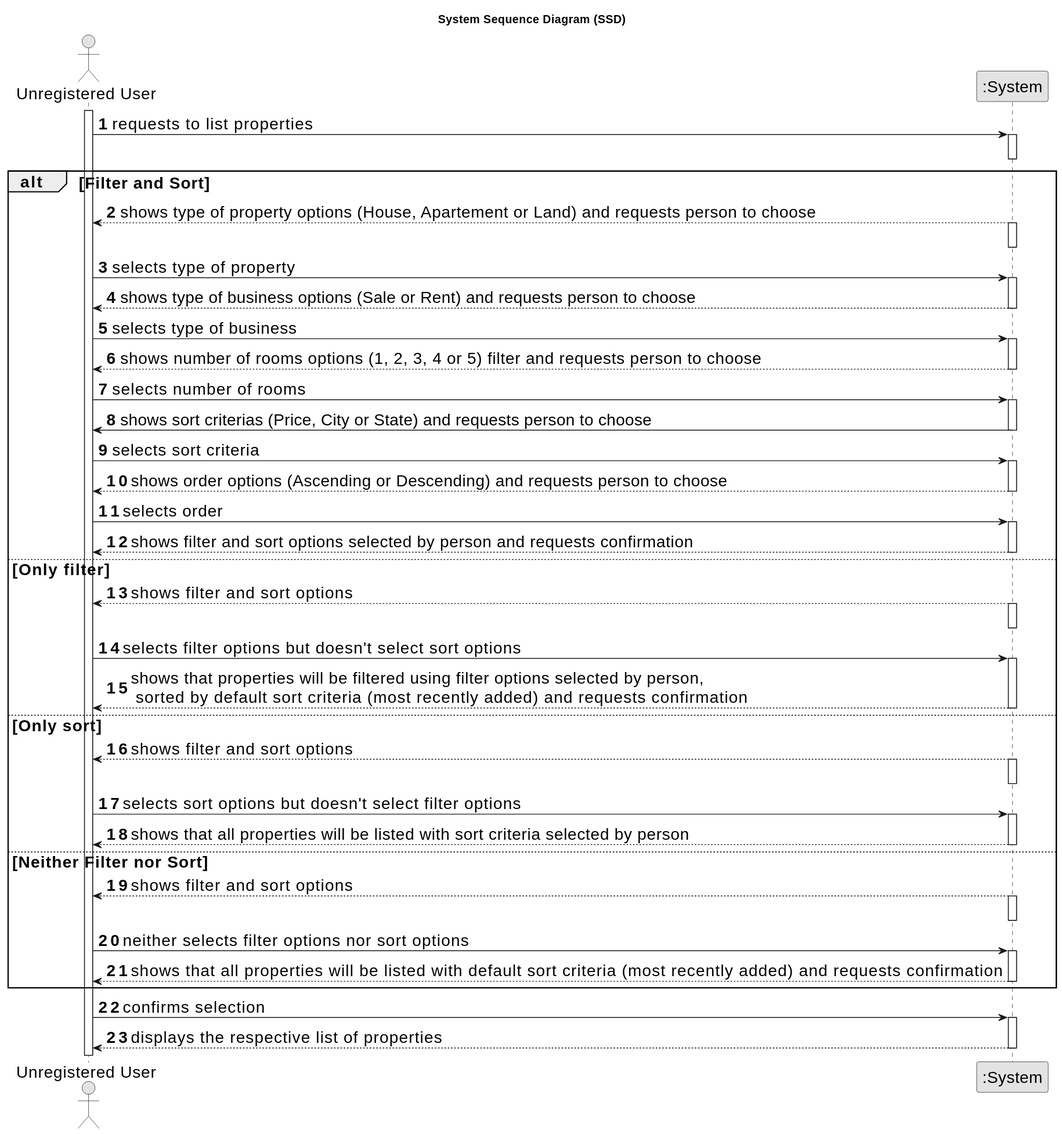
Goncalves2525/real-estate-management-system keeps this PlantUML diagram as docs/sprintC/us010/01.requirements-engineering/svg/us001-system-sequence-diagram.svg. Above is the earlier version. The source it was exported from:
```plantuml
@startuml
skinparamlocked defaultFontSize 20
skinparam monochrome true
skinparam packageStyle rectangle
skinparam shadowing false

title System Sequence Diagram (SSD)

autonumber

actor "Unregistered User" as User
participant ":System" as System

activate User

    User -> System : requests to list properties
    activate System
    deactivate System


    alt Filter and Sort

        System --> User : shows type of property options (House, Apartement or Land) and requests user to choose
        activate System
        deactivate System

        User -> System : selects type of property
        activate System

        System --> User : shows type of business options (Sale or Rent) and requests user to choose
        deactivate System

        User -> System : selects type of business
        activate System

        System --> User : shows number of rooms options (1, 2, 3, 4 or 5) filter and requests user to choose
        deactivate System

        User -> System : selects number of rooms
        activate System

        System -> User : shows sort criterias (Price, City or State) and requests user to choose
        deactivate System

        User -> System : selects sort criteria
        activate System

        System --> User : shows order options (Ascending or Descending) and requests user to choose
        deactivate System

        User -> System : selects order
        activate System

        System --> User : shows filter and sort options selected by user and requests confirmation
        deactivate System



    else Only filter

        System --> User : shows filter and sort options
        activate System
        deactivate System

        User -> System : selects filter options but doesn't select sort options
        activate System

        System --> User : shows that properties will be filtered using filter options selected by user, \n sorted by default sort criteria (most recently added) and requests confirmation
        deactivate System
    else Only sort
        System --> User : shows filter and sort options
        activate System
        deactivate System

        User -> System : selects sort options but doesn't select filter options
        activate System

        System --> User : shows that all properties will be listed with sort criteria selected by user
        deactivate System



    else Neither Filter nor Sort
        System --> User : shows filter and sort options
        activate System
        deactivate System

        User -> System : neither selects filter options nor sort options
        activate System

        System --> User : shows that all properties will be listed with default sort criteria (most recently added) and requests confirmation
        deactivate System


    end

    User -> System : confirms selection
    activate System

    System --> User : displays the respective list of properties
    deactivate System
@enduml
```
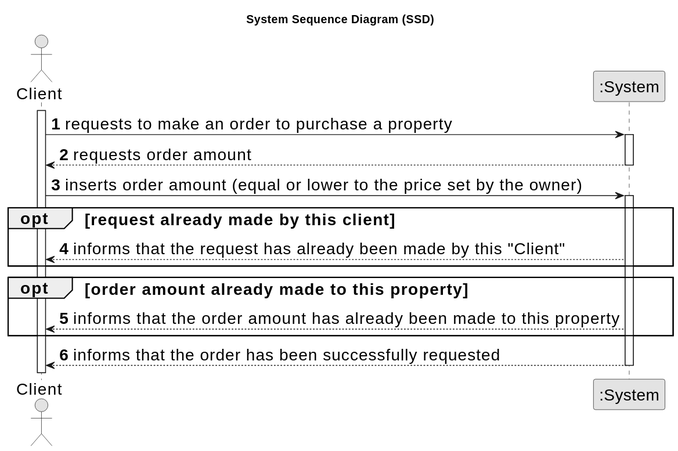
Above is the later version.

Diff of the diagram source:
```diff
@@ -8,95 +8,28 @@
 
 autonumber
 
-actor "Unregistered User" as User
+actor "Client" as Client
 participant ":System" as System
 
-activate User
+activate Client
 
-    User -> System : requests to list properties
+    Client -> System : requests to make an order to purchase a property
     activate System
+
+    System --> Client : requests order amount
     deactivate System
 
+    Client -> System : inserts order amount (equal or lower to the price set by the owner)
+    activate System
 
-    alt Filter and Sort
-
-        System --> User : shows type of property options (House, Apartement or Land) and requests user to choose
-        activate System
-        deactivate System
-
-        User -> System : selects type of property
-        activate System
-
-        System --> User : shows type of business options (Sale or Rent) and requests user to choose
-        deactivate System
-
-        User -> System : selects type of business
-        activate System
-
-        System --> User : shows number of rooms options (1, 2, 3, 4 or 5) filter and requests user to choose
-        deactivate System
-
-        User -> System : selects number of rooms
-        activate System
-
-        System -> User : shows sort criterias (Price, City or State) and requests user to choose
-        deactivate System
-
-        User -> System : selects sort criteria
-        activate System
-
-        System --> User : shows order options (Ascending or Descending) and requests user to choose
-        deactivate System
-
-        User -> System : selects order
-        activate System
-
-        System --> User : shows filter and sort options selected by user and requests confirmation
-        deactivate System
-
-
-
-    else Only filter
-
-        System --> User : shows filter and sort options
-        activate System
-        deactivate System
-
-        User -> System : selects filter options but doesn't select sort options
-        activate System
-
-        System --> User : shows that properties will be filtered using filter options selected by user, \n sorted by default sort criteria (most recently added) and requests confirmation
-        deactivate System
-    else Only sort
-        System --> User : shows filter and sort options
-        activate System
-        deactivate System
-
-        User -> System : selects sort options but doesn't select filter options
-        activate System
-
-        System --> User : shows that all properties will be listed with sort criteria selected by user
-        deactivate System
-
-
-
-    else Neither Filter nor Sort
-        System --> User : shows filter and sort options
-        activate System
-        deactivate System
-
-        User -> System : neither selects filter options nor sort options
-        activate System
-
-        System --> User : shows that all properties will be listed with default sort criteria (most recently added) and requests confirmation
-        deactivate System
-
-
+    opt request already made by this client
+           System --> Client : informs that the request has already been made by this "Client"
     end
 
-    User -> System : confirms selection
-    activate System
+    opt order amount already made to this property
+           System --> Client : informs that the order amount has already been made to this property
+    end
 
-    System --> User : displays the respective list of properties
+    System --> Client : informs that the order has been successfully requested
     deactivate System
 @enduml
```
